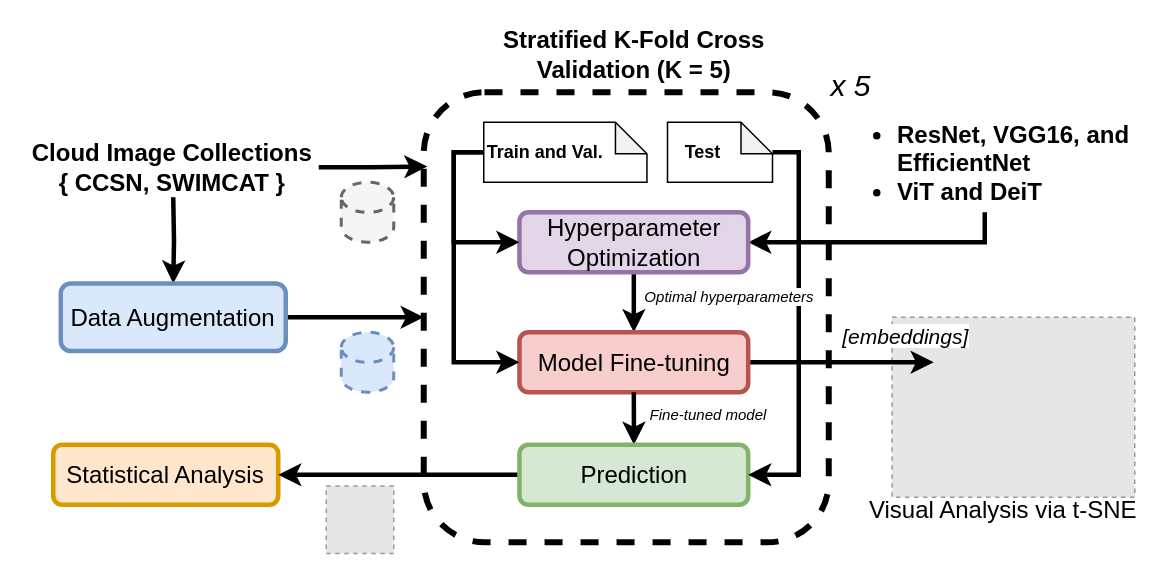
Before: euvip_methodology.drawio in viniciusrpb/drawio_flowcharts, a draw.io diagram. Source tidied: cells renumbered, new cells numbered last; positions are measured from the earlier drawing's top-left corner, leaving out a move shared by most shapes. Both pictures are drawn from the tidied source at 150%, with x=0, y=0 at pixel (26, 32). Pictures stored in the file or linked from it are replaced by grey dashed boxes.
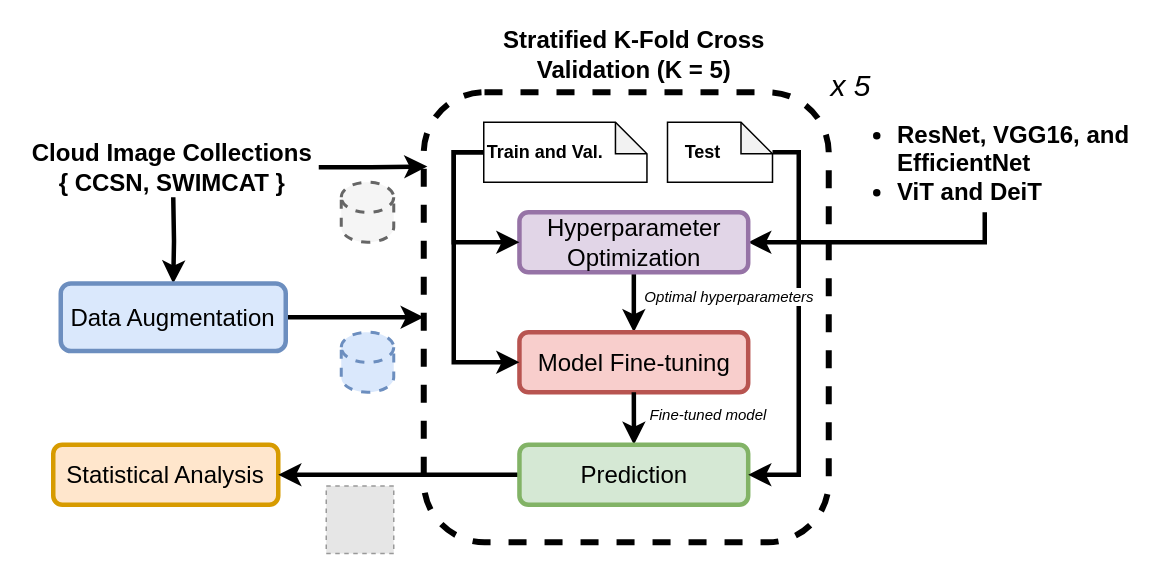
After the change.

The change refers to these unchanged cells:
```xml
<mxCell id="9" value="Model Fine-tuning" style="rounded=1;whiteSpace=wrap;html=1;fontSize=16;strokeWidth=3;fillColor=#f8cecc;strokeColor=#b85450;" parent="1" vertex="1">
  <mxGeometry x="328.8" y="200" width="152.5" height="40" as="geometry" />
</mxCell>
```

The edit, as a diff of the source:
```diff
@@
-    <mxCell id="2" style="fillColor=#E6E6E6;strokeColor=#999999;dashed=1;verticalLabelPosition=bottom;labelBackgroundColor=default;verticalAlign=top;" parent="1" vertex="1">
-      <mxGeometry x="577.2" y="190" width="161.8" height="120" as="geometry" />
-    </mxCell>
@@
-    <mxCell id="8" style="edgeStyle=orthogonalEdgeStyle;rounded=0;jettySize=auto;html=1;strokeWidth=3;" parent="1" edge="1" source="9">
-      <mxGeometry relative="1" as="geometry">
-        <mxPoint x="605" y="220" as="targetPoint" />
-      </mxGeometry>
-    </mxCell>
@@
-    <mxCell id="18" value="&lt;span style=&quot;background-color: light-dark(#ffffff, var(--ge-dark-color, #121212));&quot;&gt;[embeddings]&lt;/span&gt;" style="text;html=1;whiteSpace=wrap;strokeColor=none;fillColor=none;align=center;verticalAlign=middle;rounded=0;fontStyle=2;fontSize=14;" parent="1" vertex="1">
-      <mxGeometry x="489" y="187.5" width="195" height="30" as="geometry" />
-    </mxCell>
@@
-    <mxCell id="27" value="&lt;span style=&quot;font-weight: normal;&quot;&gt;Visual Analysis via t-SNE&lt;/span&gt;" style="text;html=1;whiteSpace=wrap;strokeColor=none;fillColor=none;align=center;verticalAlign=middle;rounded=0;fontStyle=1;fontSize=16;" parent="1" vertex="1">
-      <mxGeometry x="553.6" y="302.5" width="195" height="30" as="geometry" />
-    </mxCell>
```
